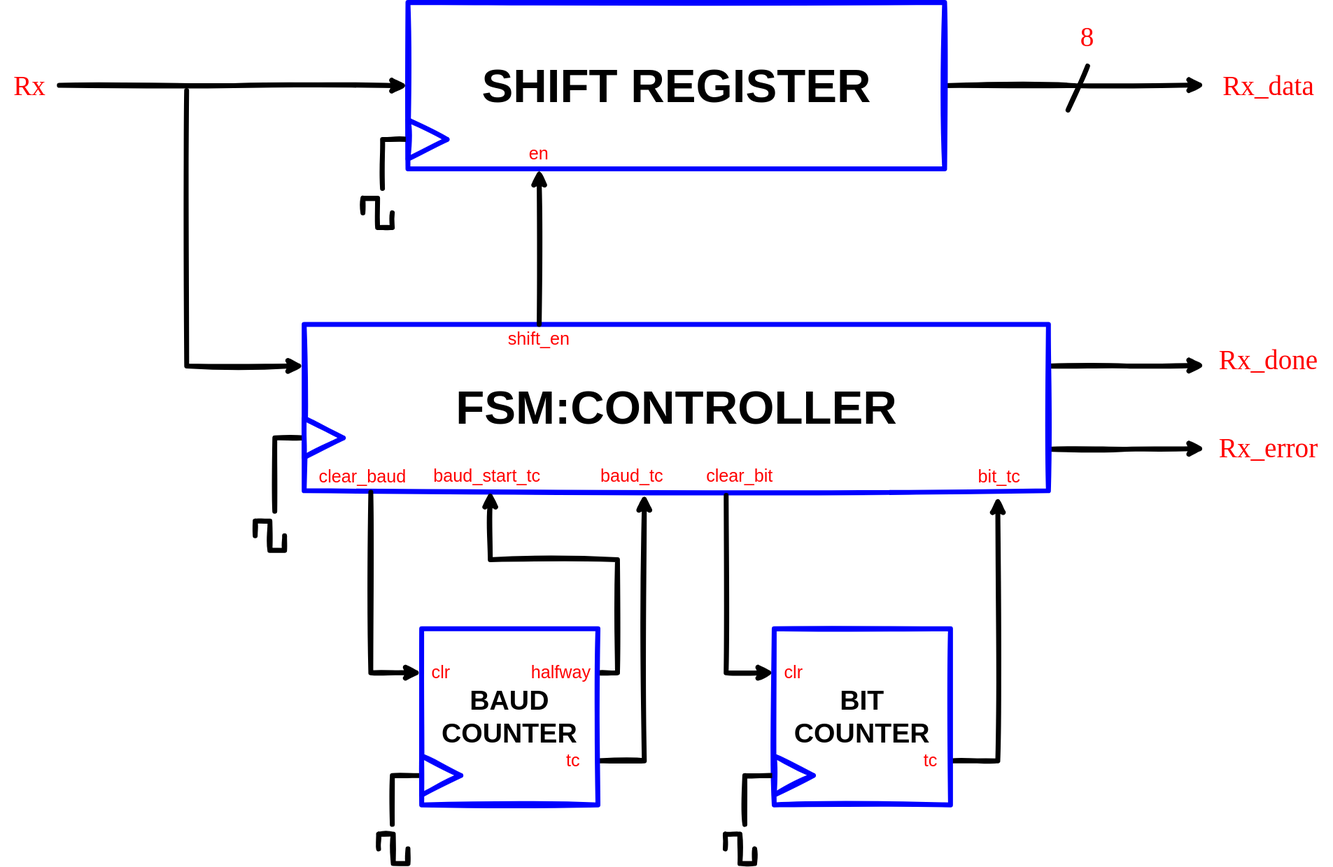
The draw.io diagram diagrams/Receiver/Receiver RTL Design.drawio.svg in mubbie/es31-wordle, before a commit. Source tidied: cells renumbered, new cells last; positions are measured from the earlier drawing's top-left corner, leaving out a move shared by most shapes.
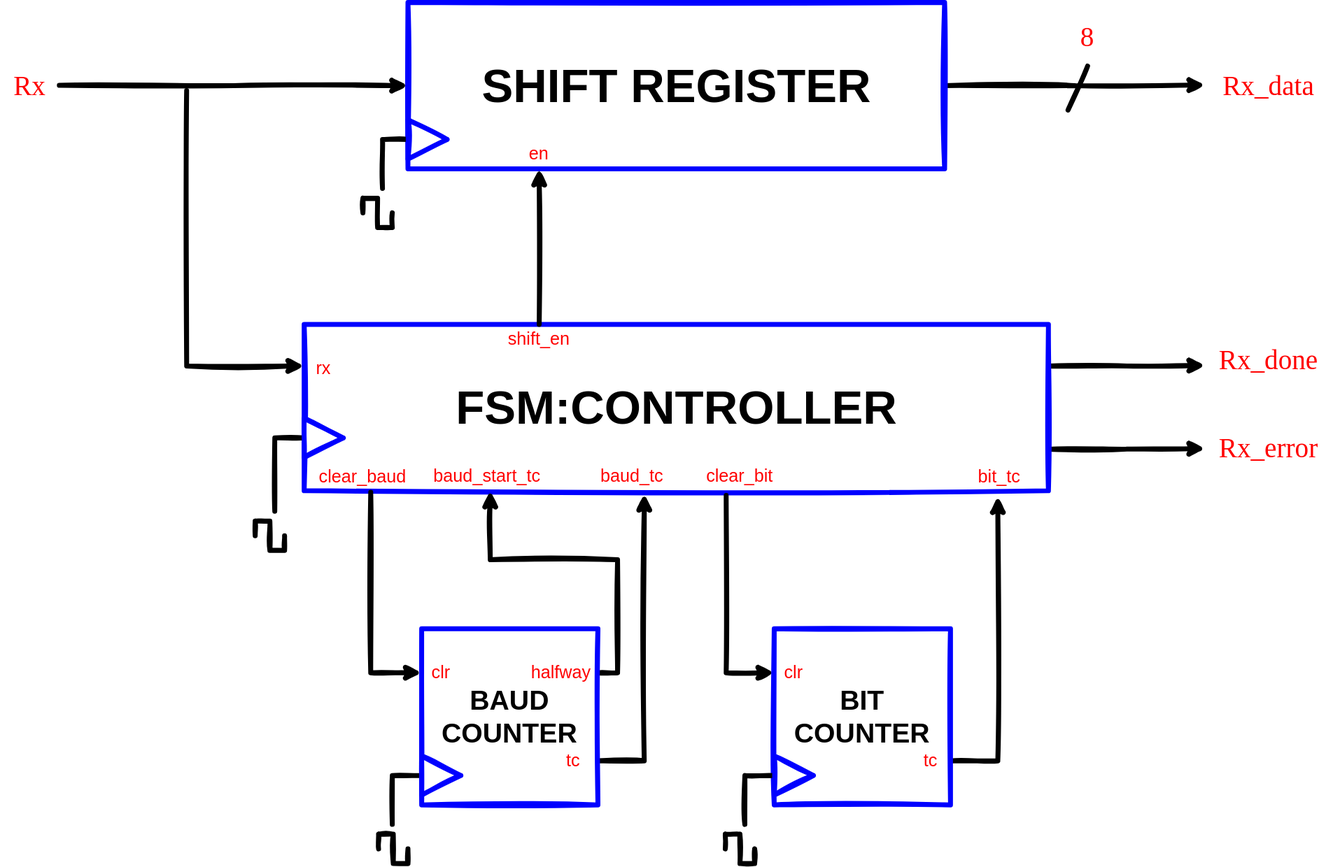
After the commit.

Diff of the diagram source:
```diff
@@ -179,5 +179,8 @@
     <mxCell id="50" value="&lt;font style=&quot;font-size: 18px;&quot;&gt;baud_start_tc&lt;/font&gt;" style="text;html=1;strokeColor=none;fillColor=none;align=center;verticalAlign=middle;whiteSpace=wrap;rounded=0;sketch=1;fontSize=16;fontColor=#FF0000;" parent="1" vertex="1">
       <mxGeometry x="440" y="469" width="114" height="30" as="geometry" />
     </mxCell>
+    <mxCell id="51" value="&lt;font style=&quot;font-size: 18px;&quot;&gt;rx&lt;/font&gt;" style="text;html=1;strokeColor=none;fillColor=none;align=center;verticalAlign=middle;whiteSpace=wrap;rounded=0;sketch=1;fontSize=16;fontColor=#FF0000;" parent="1" vertex="1">
+      <mxGeometry x="318" y="359" width="24" height="30" as="geometry" />
+    </mxCell>
   </root>
 </mxGraphModel>
```
